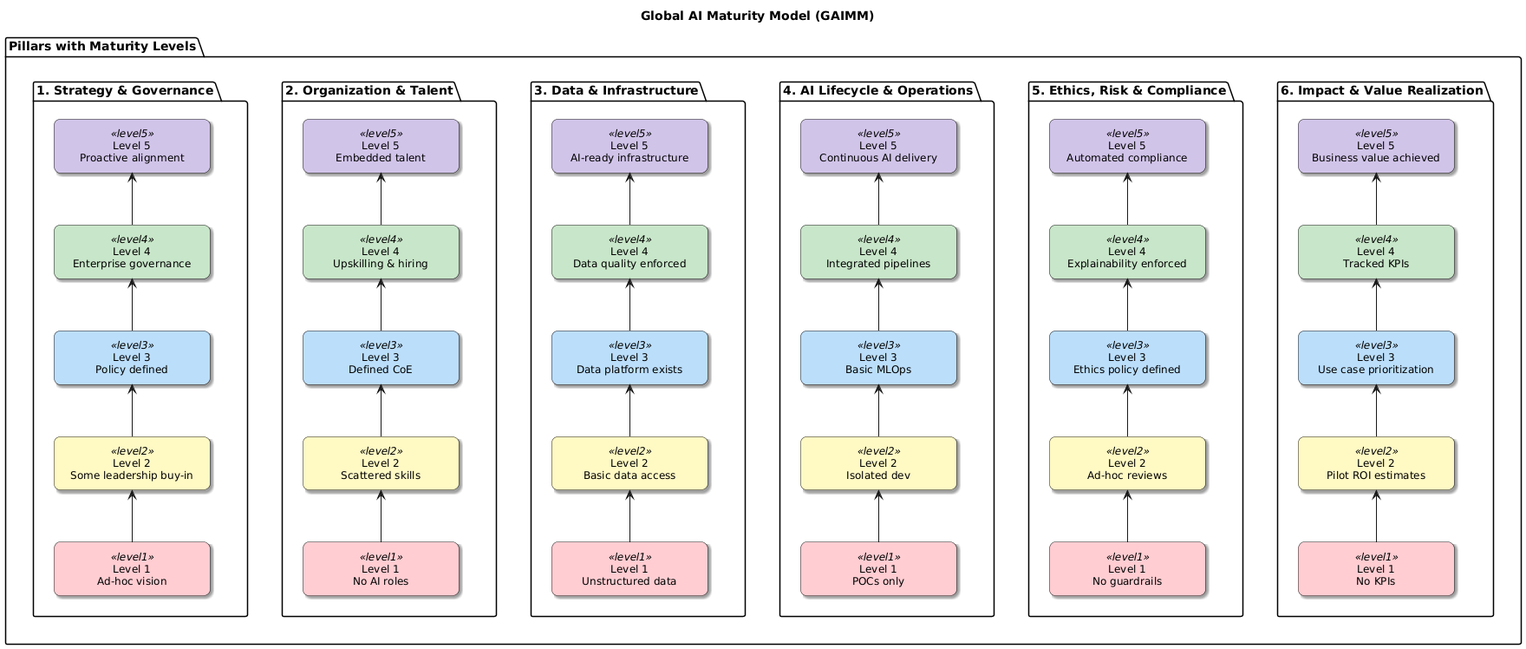
Before: diagrams/GAIMM model diagram.png, a diagram exported from PlantUML (jags-programming/Global-AI-Maturity-Model). The source it was exported from:
```plantuml
@startuml

<style>
rectangle {
  RoundCorner 15
  Shadowing true
  BorderColor #333
  FontSize 12
  MinimumWidth 160
  MinimumHeight 60
  HorizontalAlignment center
  VerticalAlignment middle
}

.level1 {
  BackgroundColor #FFCDD2
}
.level2 {
  BackgroundColor #FFF9C4
}
.level3 {
  BackgroundColor #BBDEFB
}
.level4 {
  BackgroundColor #C8E6C9
}
.level5 {
  BackgroundColor #D1C4E9
}
</style>

skinparam linetype ortho
skinparam defaultTextAlignment center
left to right direction

title Global AI Maturity Model (GAIMM)

package "Pillars with Maturity Levels" {
left to right direction

  package "1. Strategy & Governance" {
    top to bottom direction
    rectangle "Level 1\nAd-hoc vision" as SG_L1 <<level1>>
    rectangle "Level 2\nSome leadership buy-in" as SG_L2 <<level2>>
    rectangle "Level 3\nPolicy defined" as SG_L3 <<level3>>
    rectangle "Level 4\nEnterprise governance" as SG_L4 <<level4>>
    rectangle "Level 5\nProactive alignment" as SG_L5 <<level5>>
    SG_L5 <-- SG_L4
    SG_L4 <-- SG_L3
    SG_L3 <-- SG_L2
    SG_L2 <-- SG_L1
  }

  package "2. Organization & Talent" {
    top to bottom direction
    rectangle "Level 1\nNo AI roles" as OT_L1 <<level1>>
    rectangle "Level 2\nScattered skills" as OT_L2 <<level2>>
    rectangle "Level 3\nDefined CoE" as OT_L3 <<level3>>
    rectangle "Level 4\nUpskilling & hiring" as OT_L4 <<level4>>
    rectangle "Level 5\nEmbedded talent" as OT_L5 <<level5>>
    OT_L5 <-- OT_L4
    OT_L4 <-- OT_L3
    OT_L3 <-- OT_L2
    OT_L2 <-- OT_L1
  }

  package "3. Data & Infrastructure" {
    top to bottom direction
    rectangle "Level 1\nUnstructured data" as DI_L1 <<level1>>
    rectangle "Level 2\nBasic data access" as DI_L2 <<level2>>
    rectangle "Level 3\nData platform exists" as DI_L3 <<level3>>
    rectangle "Level 4\nData quality enforced" as DI_L4 <<level4>>
    rectangle "Level 5\nAI-ready infrastructure" as DI_L5 <<level5>>
    DI_L5 <-- DI_L4
    DI_L4 <-- DI_L3
    DI_L3 <-- DI_L2
    DI_L2 <-- DI_L1
  }

  package "4. AI Lifecycle & Operations" {
    top to bottom direction
    rectangle "Level 1\nPOCs only" as ALO_L1 <<level1>>
    rectangle "Level 2\nIsolated dev" as ALO_L2 <<level2>>
    rectangle "Level 3\nBasic MLOps" as ALO_L3 <<level3>>
    rectangle "Level 4\nIntegrated pipelines" as ALO_L4 <<level4>>
    rectangle "Level 5\nContinuous AI delivery" as ALO_L5 <<level5>>
    ALO_L5 <-- ALO_L4
    ALO_L4 <-- ALO_L3
    ALO_L3 <-- ALO_L2
    ALO_L2 <-- ALO_L1
  }

  package "5. Ethics, Risk & Compliance" {
    top to bottom direction
    rectangle "Level 1\nNo guardrails" as ERC_L1 <<level1>>
    rectangle "Level 2\nAd-hoc reviews" as ERC_L2 <<level2>>
    rectangle "Level 3\nEthics policy defined" as ERC_L3 <<level3>>
    rectangle "Level 4\nExplainability enforced" as ERC_L4 <<level4>>
    rectangle "Level 5\nAutomated compliance" as ERC_L5 <<level5>>
    ERC_L5 <-- ERC_L4
    ERC_L4 <-- ERC_L3
    ERC_L3 <-- ERC_L2
    ERC_L2 <-- ERC_L1
  }

  package "6. Impact & Value Realization" {
    top to bottom direction
    rectangle "Level 1\nNo KPIs" as IVR_L1 <<level1>>
    rectangle "Level 2\nPilot ROI estimates" as IVR_L2 <<level2>>
    rectangle "Level 3\nUse case prioritization" as IVR_L3 <<level3>>
    rectangle "Level 4\nTracked KPIs" as IVR_L4 <<level4>>
    rectangle "Level 5\nBusiness value achieved" as IVR_L5 <<level5>>
    IVR_L5 <-- IVR_L4
    IVR_L4 <-- IVR_L3
    IVR_L3 <-- IVR_L2
    IVR_L2 <-- IVR_L1
  }

"1. Strategy & Governance" -r[hidden]-> "2. Organization & Talent"
"2. Organization & Talent" -r[hidden]-> "3. Data & Infrastructure"
"3. Data & Infrastructure" -r[hidden]-> "4. AI Lifecycle & Operations"
"4. AI Lifecycle & Operations" -r[hidden]-> "5. Ethics, Risk & Compliance"
"5. Ethics, Risk & Compliance" -r[hidden]-> "6. Impact & Value Realization"
}
@enduml
```
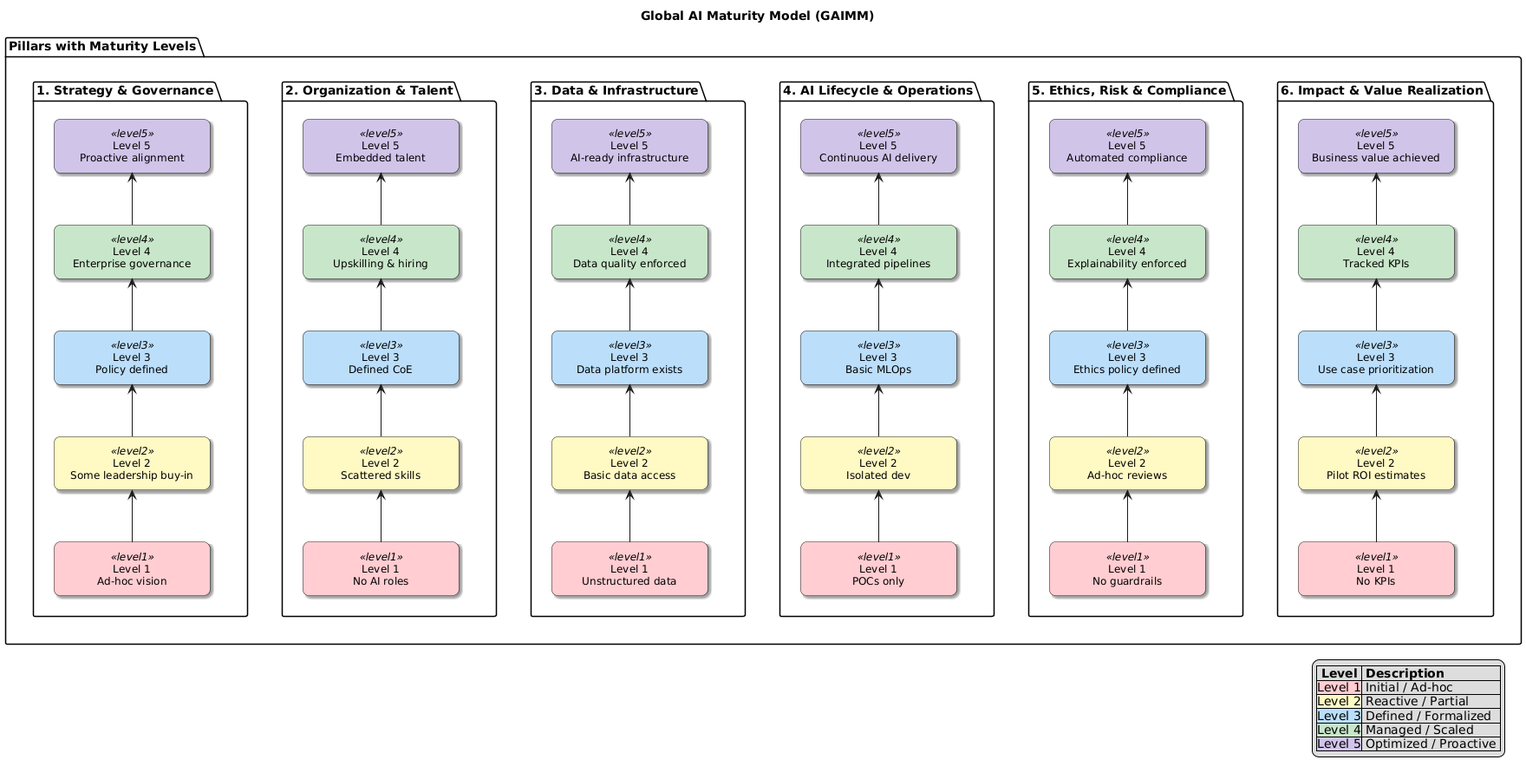
Above is the later version.

Diff of the diagram source:
```diff
@@ -26,6 +26,14 @@
 }
 .level5 {
   BackgroundColor #D1C4E9
+}
+
+legendBox {
+  FontSize 10
+  LineColor #999
+  Padding 5
+  BackgroundColor #f5f5f5
+  BorderColor #999
 }
 </style>
 
@@ -116,10 +124,19 @@
     IVR_L2 <-- IVR_L1
   }
 
-"1. Strategy & Governance" -r[hidden]-> "2. Organization & Talent"
-"2. Organization & Talent" -r[hidden]-> "3. Data & Infrastructure"
-"3. Data & Infrastructure" -r[hidden]-> "4. AI Lifecycle & Operations"
-"4. AI Lifecycle & Operations" -r[hidden]-> "5. Ethics, Risk & Compliance"
-"5. Ethics, Risk & Compliance" -r[hidden]-> "6. Impact & Value Realization"
+  "1. Strategy & Governance" -r[hidden]-> "2. Organization & Talent"
+  "2. Organization & Talent" -r[hidden]-> "3. Data & Infrastructure"
+  "3. Data & Infrastructure" -r[hidden]-> "4. AI Lifecycle & Operations"
+  "4. AI Lifecycle & Operations" -r[hidden]-> "5. Ethics, Risk & Compliance"
+  "5. Ethics, Risk & Compliance" -r[hidden]-> "6. Impact & Value Realization"
 }
+
+legend right
+|= Level |= Description |
+|<#FFCDD2>Level 1| Initial / Ad-hoc |
+|<#FFF9C4>Level 2| Reactive / Partial |
+|<#BBDEFB>Level 3| Defined / Formalized |
+|<#C8E6C9>Level 4| Managed / Scaled |
+|<#D1C4E9>Level 5| Optimized / Proactive |
+endlegend
 @enduml
```
